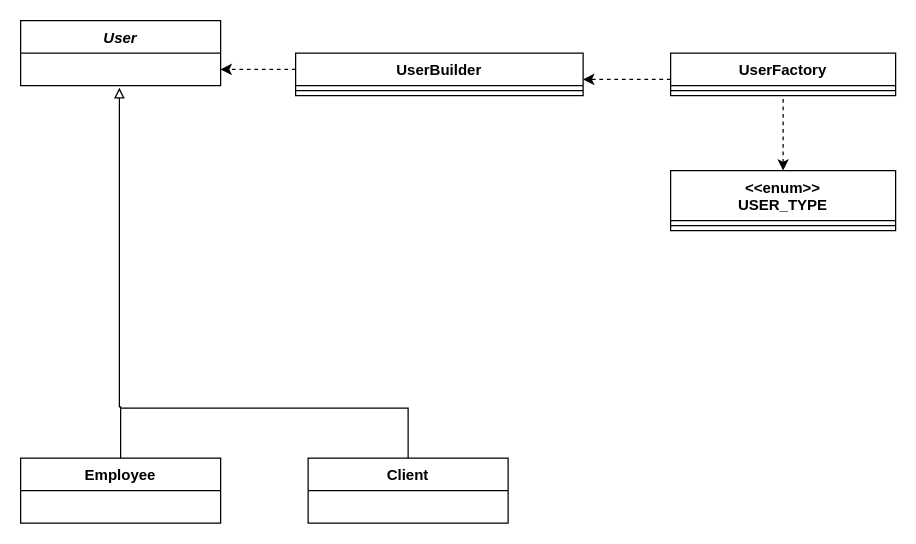
Above: User concept.drawio in John-Ad/prg2-group-project (draw.io), before the change. Source tidied: cells renumbered, new cells numbered last; positions are measured from the earlier drawing's top-left corner, leaving out a move shared by most shapes. Both pictures are drawn from the tidied source at 125%, with x=0, y=0 at pixel (20, 20).
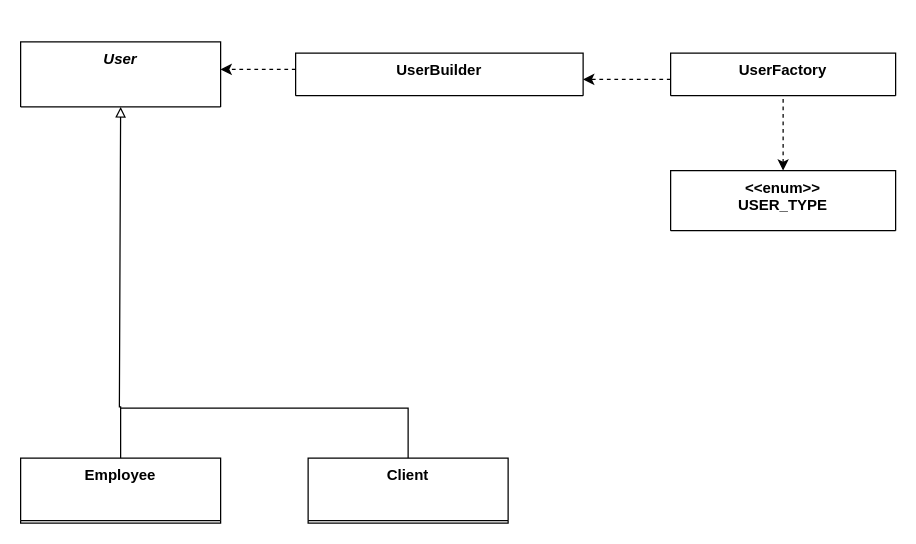
The same page after the edit.

Diff of the diagram source:
```diff
@@
-    <mxCell id="2" value="User" style="swimlane;fontStyle=3;align=center;verticalAlign=top;horizontal=1;startSize=26;" parent="1" vertex="1">
-      <mxGeometry width="160" height="52" as="geometry" />
+    <mxCell id="2" value="User" style="swimlane;fontStyle=3;align=center;verticalAlign=top;horizontal=1;startSize=52;" parent="1" vertex="1">
+      <mxGeometry y="17" width="160" height="52" as="geometry" />
     </mxCell>
-    <mxCell id="3" value="UserFactory" style="swimlane;fontStyle=1;align=center;verticalAlign=top;horizontal=1;startSize=26;" parent="1" vertex="1">
+    <mxCell id="3" value="UserFactory" style="swimlane;fontStyle=1;align=center;verticalAlign=top;horizontal=1;startSize=34;" parent="1" vertex="1">
       <mxGeometry x="520" y="26" width="180" height="34" as="geometry" />
     </mxCell>
-    <mxCell id="4" style="line;strokeWidth=1;fillColor=none;align=left;verticalAlign=middle;spacingTop=-1;spacingLeft=3;spacingRight=3;labelPosition=right;" parent="3" vertex="1">
-      <mxGeometry y="26" width="180" height="8" as="geometry" />
-    </mxCell>
@@
-    <mxCell id="6" value="Client" style="swimlane;fontStyle=1;align=center;verticalAlign=top;horizontal=1;startSize=26;" parent="1" vertex="1">
+    <mxCell id="6" value="Client" style="swimlane;fontStyle=1;align=center;verticalAlign=top;horizontal=1;startSize=50;" parent="1" vertex="1">
       <mxGeometry x="230" y="350" width="160" height="52" as="geometry" />
     </mxCell>
-    <mxCell id="7" style="edgeStyle=orthogonalEdgeStyle;rounded=0;jettySize=auto;html=1;exitX=0.5;exitY=0;exitDx=0;exitDy=0;entryX=0.494;entryY=1.066;entryDx=0;entryDy=0;entryPerimeter=0;endArrow=block;endFill=0;" parent="1" edge="1" source="8">
+    <mxCell id="7" style="edgeStyle=orthogonalEdgeStyle;rounded=0;jettySize=auto;html=1;exitX=0.5;exitY=0;exitDx=0;exitDy=0;endArrow=block;endFill=0;entryX=0.5;entryY=1;entryDx=0;entryDy=0;" parent="1" edge="1" source="8" target="2">
       <mxGeometry relative="1" as="geometry">
-        <mxPoint x="79" y="53.7" as="targetPoint" />
         <Array as="points">
           <mxPoint x="80" y="309" />
-          <mxPoint x="79" y="270" />
+          <mxPoint x="79" y="69" />
         </Array>
       </mxGeometry>
     </mxCell>
-    <mxCell id="8" value="Employee" style="swimlane;fontStyle=1;align=center;verticalAlign=top;horizontal=1;startSize=26;" parent="1" vertex="1">
+    <mxCell id="8" value="Employee" style="swimlane;fontStyle=1;align=center;verticalAlign=top;horizontal=1;startSize=50;" parent="1" vertex="1">
       <mxGeometry y="350" width="160" height="52" as="geometry" />
     </mxCell>
-    <mxCell id="9" value="UserBuilder" style="swimlane;fontStyle=1;align=center;verticalAlign=top;horizontal=1;startSize=26;" parent="1" vertex="1">
+    <mxCell id="9" value="UserBuilder" style="swimlane;fontStyle=1;align=center;verticalAlign=top;horizontal=1;startSize=34;" parent="1" vertex="1">
       <mxGeometry x="220" y="26" width="230" height="34" as="geometry" />
     </mxCell>
-    <mxCell id="10" style="line;strokeWidth=1;fillColor=none;align=left;verticalAlign=middle;spacingTop=-1;spacingLeft=3;spacingRight=3;labelPosition=right;" parent="9" vertex="1">
-      <mxGeometry y="26" width="230" height="8" as="geometry" />
-    </mxCell>
@@
-    <mxCell id="14" value="&lt;&lt;enum&gt;&gt;&#10;USER_TYPE" style="swimlane;fontStyle=1;align=center;verticalAlign=top;horizontal=1;startSize=40;" parent="1" vertex="1">
+    <mxCell id="14" value="&lt;&lt;enum&gt;&gt;&#10;USER_TYPE" style="swimlane;fontStyle=1;align=center;verticalAlign=top;horizontal=1;startSize=48;" parent="1" vertex="1">
       <mxGeometry x="520" y="120" width="180" height="48" as="geometry" />
     </mxCell>
-    <mxCell id="15" style="line;strokeWidth=1;fillColor=none;align=left;verticalAlign=middle;spacingTop=-1;spacingLeft=3;spacingRight=3;labelPosition=right;" parent="14" vertex="1">
-      <mxGeometry y="40" width="180" height="8" as="geometry" />
-    </mxCell>
```
